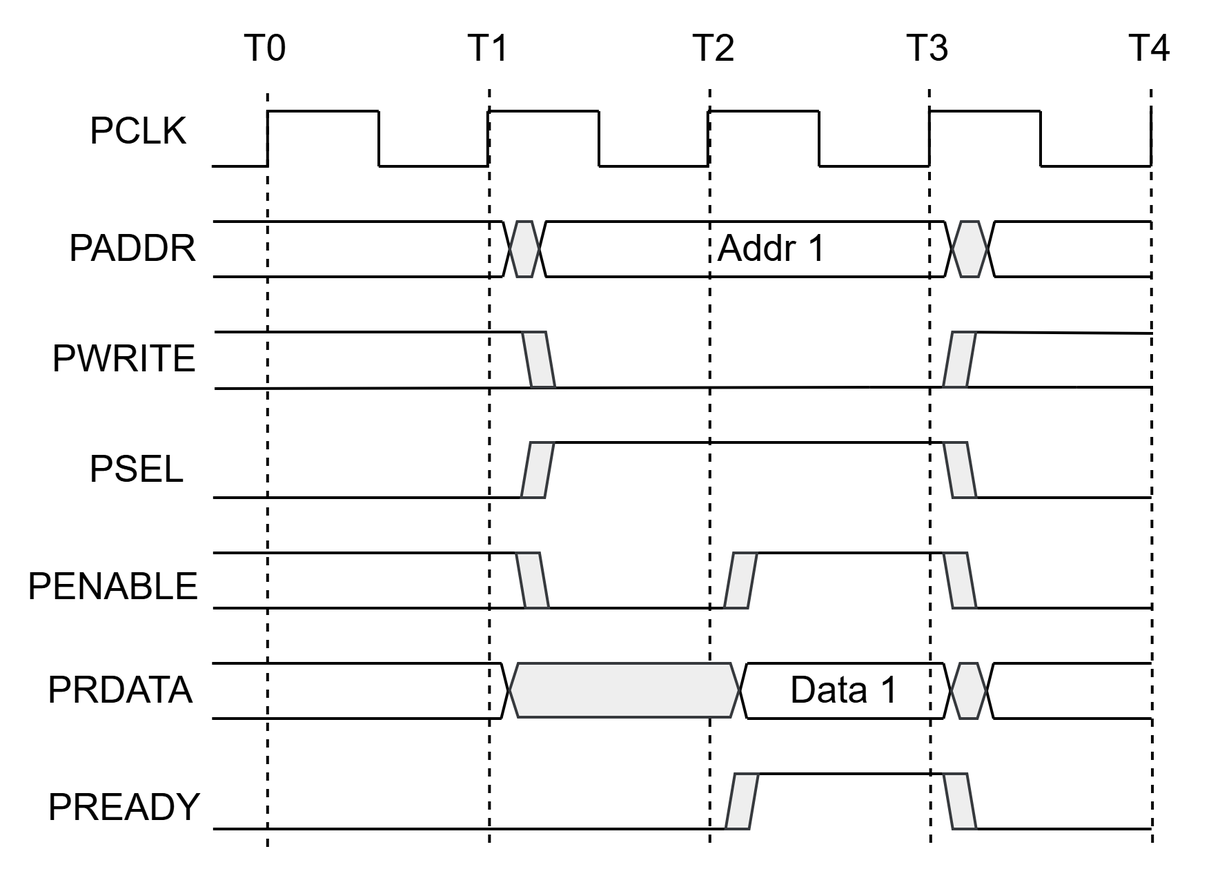
Earlier version of the draw.io export images/apb_read.png (taeseong-dev/apb-bus-peripherals). Source tidied: cells renumbered, new cells last; positions are measured from the earlier drawing's top-left corner, leaving out a move shared by most shapes.
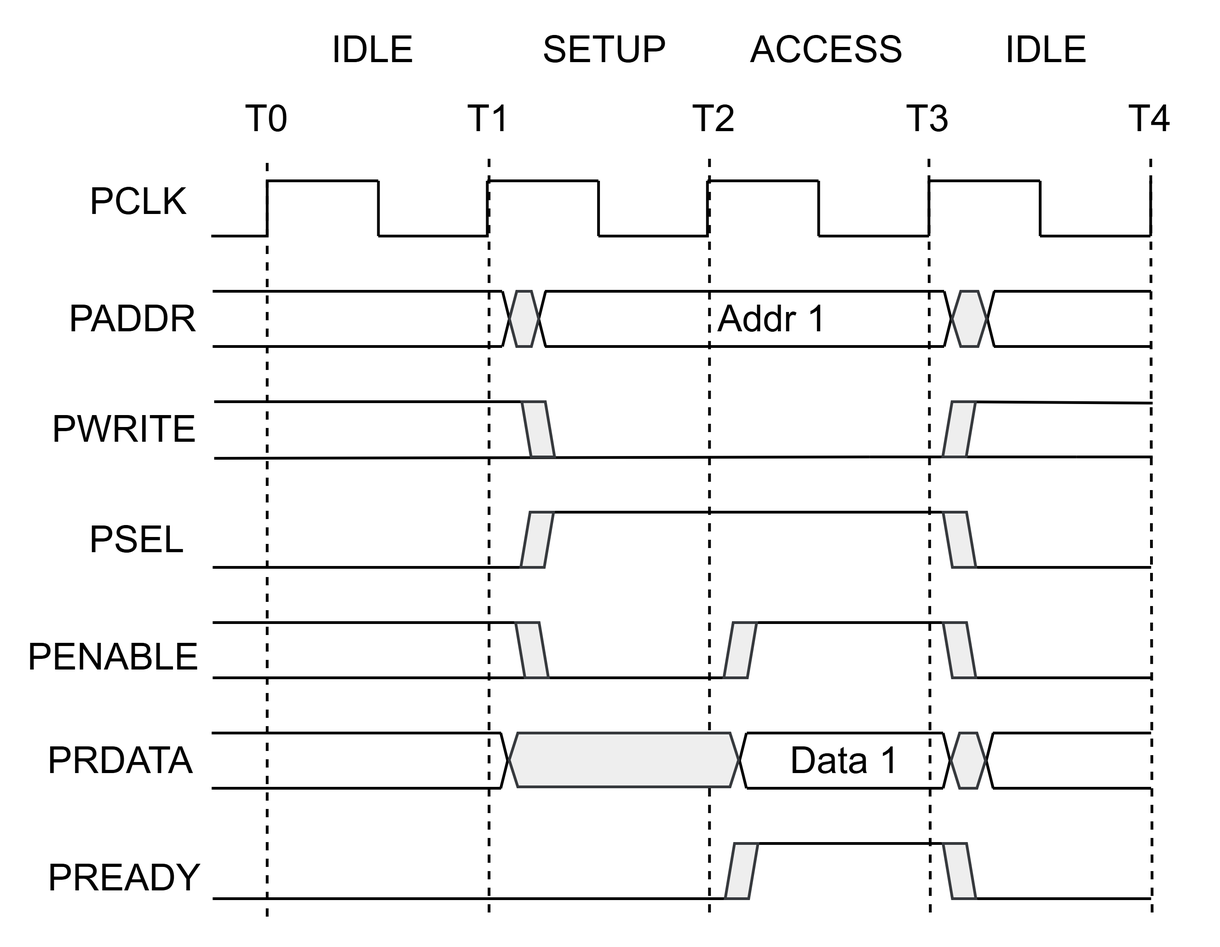
Above is the later version.

The edit, as a diff of the source:
```diff
@@ -479,5 +479,17 @@
     <mxCell id="94" style="shape=hexagon;perimeter=hexagonPerimeter2;whiteSpace=wrap;html=1;fixedSize=1;size=6.250000000000114;fillColor=#eeeeee;strokeColor=#36393d;strokeWidth=2;" parent="1" vertex="1">
       <mxGeometry x="316.8" y="460" width="166.2" height="39" as="geometry" />
     </mxCell>
+    <mxCell id="95" value="IDLE" style="text;html=1;whiteSpace=wrap;strokeColor=none;fillColor=none;align=center;verticalAlign=middle;rounded=0;fontSize=27;strokeWidth=2;" parent="1" vertex="1">
+      <mxGeometry x="188.1" y="-50" width="60" height="30" as="geometry" />
+    </mxCell>
+    <mxCell id="96" value="SETUP" style="text;html=1;whiteSpace=wrap;strokeColor=none;fillColor=none;align=center;verticalAlign=middle;rounded=0;fontSize=27;strokeWidth=2;" parent="1" vertex="1">
+      <mxGeometry x="356" y="-50" width="60" height="30" as="geometry" />
+    </mxCell>
+    <mxCell id="97" value="ACCESS" style="text;html=1;whiteSpace=wrap;strokeColor=none;fillColor=none;align=center;verticalAlign=middle;rounded=0;fontSize=27;strokeWidth=2;" parent="1" vertex="1">
+      <mxGeometry x="516.9" y="-50" width="60" height="30" as="geometry" />
+    </mxCell>
+    <mxCell id="98" value="IDLE" style="text;html=1;whiteSpace=wrap;strokeColor=none;fillColor=none;align=center;verticalAlign=middle;rounded=0;fontSize=27;strokeWidth=2;" parent="1" vertex="1">
+      <mxGeometry x="676" y="-50" width="60" height="30" as="geometry" />
+    </mxCell>
   </root>
 </mxGraphModel>
```
